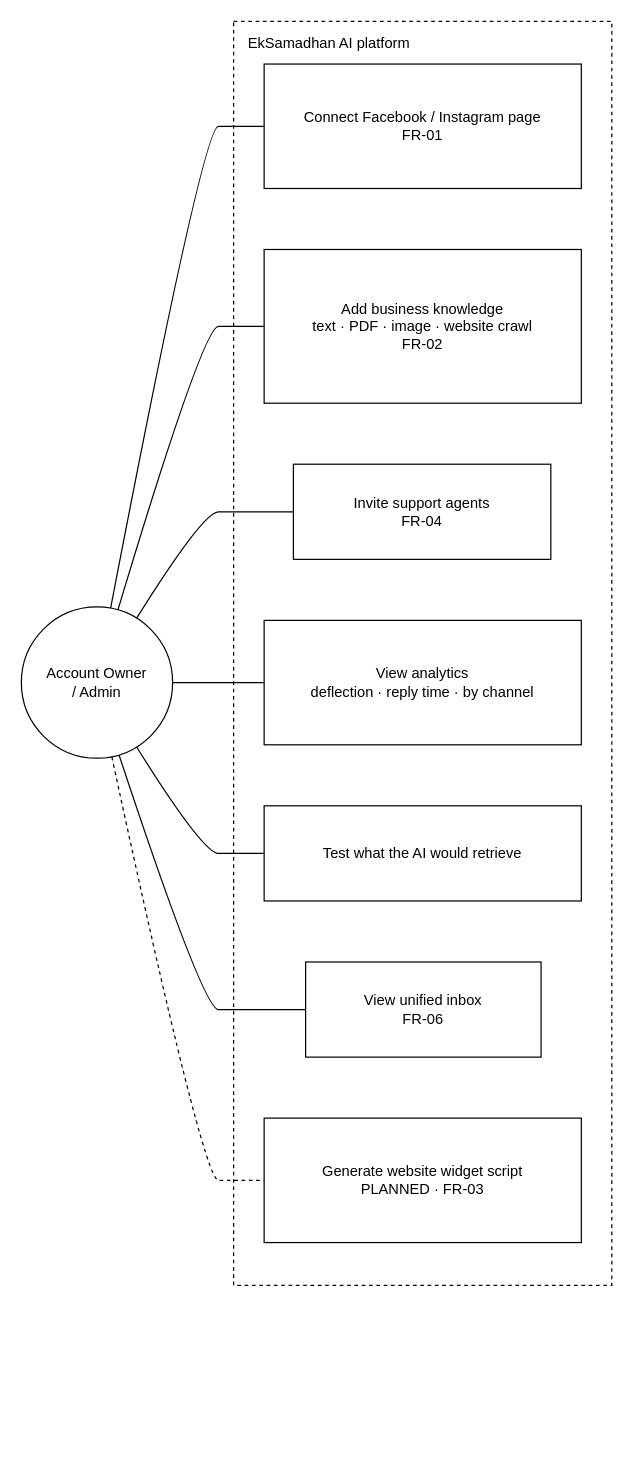
Above: docs/system-design/draw.io/use-case/use-case-account-owner.drawio in SayubShakya/eksamadhan-ai (draw.io), before the change. Source tidied: cells renumbered, new cells numbered last; positions are measured from the earlier drawing's top-left corner, leaving out a move shared by most shapes. Both pictures are drawn from the tidied source at 122%, with x=0, y=0 at pixel (21, 21).
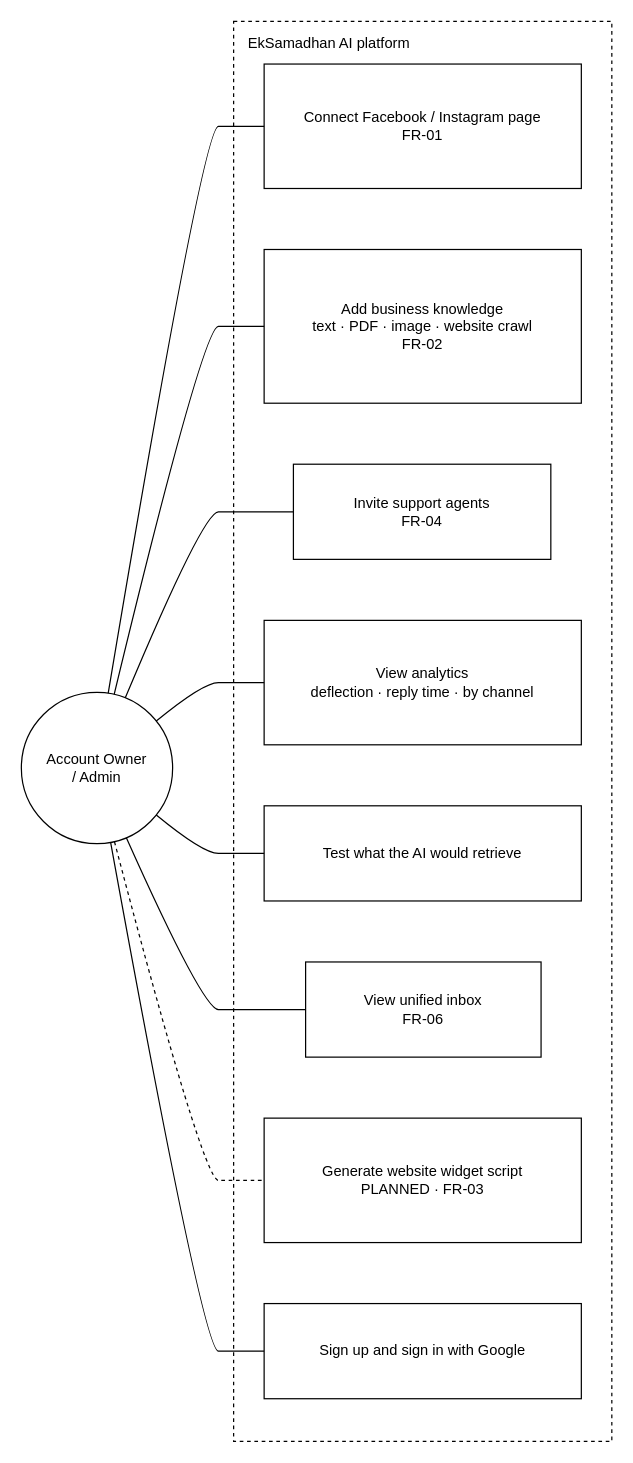
Above is the later version.

The change refers to these unchanged cells:
```xml
<mxCell id="4" value="Connect Facebook / Instagram page&lt;br/&gt;FR-01" style="rounded=0;whiteSpace=wrap;html=1;" parent="2" vertex="1">
  <mxGeometry x="25" y="35" width="260" height="102" as="geometry" />
</mxCell>
<mxCell id="5" value="Add business knowledge&lt;br/&gt;text · PDF · image · website crawl&lt;br/&gt;FR-02" style="rounded=0;whiteSpace=wrap;html=1;" parent="2" vertex="1">
  <mxGeometry x="25" y="187" width="260" height="126" as="geometry" />
</mxCell>
<mxCell id="6" value="Invite support agents&lt;br/&gt;FR-04" style="rounded=0;whiteSpace=wrap;html=1;" parent="2" vertex="1">
  <mxGeometry x="49" y="363" width="211" height="78" as="geometry" />
</mxCell>
<mxCell id="7" value="View analytics&lt;br/&gt;deflection · reply time · by channel" style="rounded=0;whiteSpace=wrap;html=1;" parent="2" vertex="1">
  <mxGeometry x="25" y="491" width="260" height="102" as="geometry" />
</mxCell>
<mxCell id="8" value="Test what the AI would retrieve" style="rounded=0;whiteSpace=wrap;html=1;" parent="2" vertex="1">
  <mxGeometry x="25" y="643" width="260" height="78" as="geometry" />
</mxCell>
<mxCell id="9" value="View unified inbox&lt;br/&gt;FR-06" style="rounded=0;whiteSpace=wrap;html=1;" parent="2" vertex="1">
  <mxGeometry x="59" y="771" width="193" height="78" as="geometry" />
</mxCell>
<mxCell id="10" value="Generate website widget script&lt;br/&gt;PLANNED · FR-03" style="rounded=0;whiteSpace=wrap;html=1;" parent="2" vertex="1">
  <mxGeometry x="25" y="899" width="260" height="102" as="geometry" />
</mxCell>
```

Diff of the diagram source:
```diff
@@
     <mxCell id="2" value="EkSamadhan AI platform" style="rounded=0;whiteSpace=wrap;html=1;dashed=1;fillColor=none;verticalAlign=top;align=left;spacingLeft=10;spacingTop=4;" parent="1" vertex="1">
-      <mxGeometry x="174" width="310" height="1036" as="geometry" />
+      <mxGeometry x="174" width="310" height="1164" as="geometry" />
     </mxCell>
     <mxCell id="3" value="Account Owner&lt;br/&gt;/ Admin" style="ellipse;whiteSpace=wrap;html=1;" parent="1" vertex="1">
-      <mxGeometry y="480" width="124" height="124" as="geometry" />
+      <mxGeometry y="550" width="124" height="124" as="geometry" />
     </mxCell>
@@
+    <mxCell id="18" value="Sign up and sign in with Google" style="rounded=0;whiteSpace=wrap;html=1;" parent="2" vertex="1">
+      <mxGeometry x="25" y="1051" width="260" height="78" as="geometry" />
+    </mxCell>
-    <mxCell id="11" style="edgeStyle=none;curved=1;html=1;endArrow=none;exitX=0.59;exitY=0.01;exitDx=0;exitDy=0;entryX=0.00;entryY=0.50;entryDx=0;entryDy=0;" parent="1" edge="1" source="3" target="4">
+    <mxCell id="11" style="edgeStyle=none;curved=1;html=1;endArrow=none;exitX=0.58;exitY=0.01;exitDx=0;exitDy=0;entryX=0.00;entryY=0.50;entryDx=0;entryDy=0;" parent="1" edge="1" source="3" target="4">
       <mxGeometry relative="1" as="geometry">
         <Array as="points">
           <mxPoint x="149" y="86" />
           <mxPoint x="174" y="86" />
         </Array>
       </mxGeometry>
     </mxCell>
-    <mxCell id="12" style="edgeStyle=none;curved=1;html=1;endArrow=none;exitX=0.64;exitY=0.02;exitDx=0;exitDy=0;entryX=0.00;entryY=0.50;entryDx=0;entryDy=0;" parent="1" edge="1" source="3" target="5">
+    <mxCell id="12" style="edgeStyle=none;curved=1;html=1;endArrow=none;exitX=0.62;exitY=0.01;exitDx=0;exitDy=0;entryX=0.00;entryY=0.50;entryDx=0;entryDy=0;" parent="1" edge="1" source="3" target="5">
       <mxGeometry relative="1" as="geometry">
         <Array as="points">
           <mxPoint x="149" y="250" />
           <mxPoint x="174" y="250" />
         </Array>
       </mxGeometry>
     </mxCell>
-    <mxCell id="13" style="edgeStyle=none;curved=1;html=1;endArrow=none;exitX=0.76;exitY=0.08;exitDx=0;exitDy=0;entryX=0.00;entryY=0.50;entryDx=0;entryDy=0;" parent="1" edge="1" source="3" target="6">
+    <mxCell id="13" style="edgeStyle=none;curved=1;html=1;endArrow=none;exitX=0.69;exitY=0.04;exitDx=0;exitDy=0;entryX=0.00;entryY=0.50;entryDx=0;entryDy=0;" parent="1" edge="1" source="3" target="6">
       <mxGeometry relative="1" as="geometry">
         <Array as="points">
           <mxPoint x="149" y="402" />
           <mxPoint x="174" y="402" />
         </Array>
       </mxGeometry>
     </mxCell>
-    <mxCell id="14" style="edgeStyle=none;curved=1;html=1;endArrow=none;exitX=1.00;exitY=0.50;exitDx=0;exitDy=0;entryX=0.00;entryY=0.50;entryDx=0;entryDy=0;" parent="1" edge="1" source="3" target="7">
+    <mxCell id="14" style="edgeStyle=none;curved=1;html=1;endArrow=none;exitX=0.89;exitY=0.19;exitDx=0;exitDy=0;entryX=0.00;entryY=0.50;entryDx=0;entryDy=0;" parent="1" edge="1" source="3" target="7">
       <mxGeometry relative="1" as="geometry">
         <Array as="points">
           <mxPoint x="149" y="542" />
           <mxPoint x="174" y="542" />
         </Array>
       </mxGeometry>
     </mxCell>
-    <mxCell id="15" style="edgeStyle=none;curved=1;html=1;endArrow=none;exitX=0.76;exitY=0.92;exitDx=0;exitDy=0;entryX=0.00;entryY=0.50;entryDx=0;entryDy=0;" parent="1" edge="1" source="3" target="8">
+    <mxCell id="15" style="edgeStyle=none;curved=1;html=1;endArrow=none;exitX=0.89;exitY=0.81;exitDx=0;exitDy=0;entryX=0.00;entryY=0.50;entryDx=0;entryDy=0;" parent="1" edge="1" source="3" target="8">
       <mxGeometry relative="1" as="geometry">
         <Array as="points">
           <mxPoint x="149" y="682" />
           <mxPoint x="174" y="682" />
         </Array>
       </mxGeometry>
     </mxCell>
-    <mxCell id="16" style="edgeStyle=none;curved=1;html=1;endArrow=none;exitX=0.65;exitY=0.98;exitDx=0;exitDy=0;entryX=0.00;entryY=0.50;entryDx=0;entryDy=0;" parent="1" edge="1" source="3" target="9">
+    <mxCell id="16" style="edgeStyle=none;curved=1;html=1;endArrow=none;exitX=0.70;exitY=0.96;exitDx=0;exitDy=0;entryX=0.00;entryY=0.50;entryDx=0;entryDy=0;" parent="1" edge="1" source="3" target="9">
       <mxGeometry relative="1" as="geometry">
         <Array as="points">
           <mxPoint x="149" y="810" />
           <mxPoint x="174" y="810" />
         </Array>
       </mxGeometry>
     </mxCell>
-    <mxCell id="17" style="edgeStyle=none;curved=1;html=1;dashed=1;endArrow=none;exitX=0.60;exitY=0.99;exitDx=0;exitDy=0;entryX=0.00;entryY=0.50;entryDx=0;entryDy=0;" parent="1" edge="1" source="3" target="10">
+    <mxCell id="17" style="edgeStyle=none;curved=1;html=1;endArrow=none;exitX=0.59;exitY=0.99;exitDx=0;exitDy=0;entryX=0.00;entryY=0.50;entryDx=0;entryDy=0;" parent="1" edge="1" source="3" target="18">
       <mxGeometry relative="1" as="geometry">
         <Array as="points">
-          <mxPoint x="149" y="950" />
-          <mxPoint x="174" y="950" />
+          <mxPoint x="149" y="1090" />
+          <mxPoint x="174" y="1090" />
         </Array>
       </mxGeometry>
     </mxCell>
+    <mxCell id="19" style="edgeStyle=none;curved=1;html=1;dashed=1;endArrow=none;exitX=0.62;exitY=0.98;exitDx=0;exitDy=0;entryX=0.00;entryY=0.50;entryDx=0;entryDy=0;" parent="1" edge="1" source="3" target="10">
+      <mxGeometry relative="1" as="geometry">
+        <Array as="points">
+          <mxPoint x="149" y="950" />
+          <mxPoint x="174" y="950" />
+        </Array>
+      </mxGeometry>
+    </mxCell>
```
